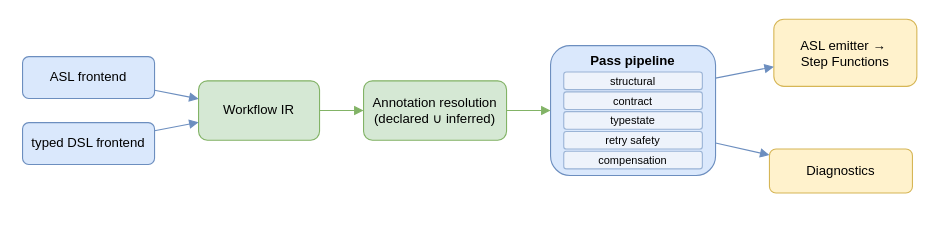
Earlier version of the draw.io diagram paper/figures/architecture.drawio (Nimrod-F/stepcheck). Source tidied: cells renumbered, new cells numbered last; positions are measured from the earlier drawing's top-left corner, leaving out a move shared by most shapes. Both pictures are drawn from the tidied source at 110%, with x=0, y=0 at pixel (22, 19).
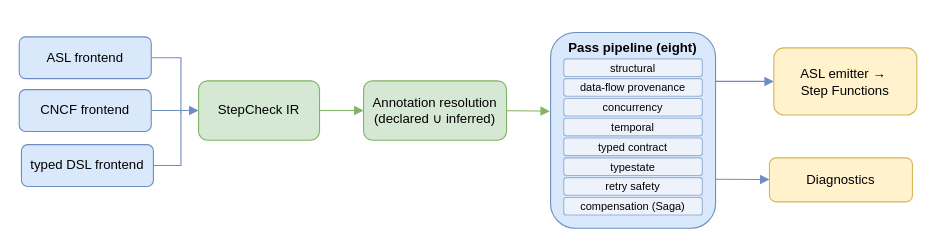
After the change.

The change refers to these unchanged cells:
```xml
<mxCell id="5" value="Annotation resolution&#10;(declared ∪ inferred)" style="rounded=1;whiteSpace=wrap;html=1;fillColor=#d5e8d4;strokeColor=#82b366;" parent="1" vertex="1">
  <mxGeometry x="310" y="56" width="130" height="54" as="geometry" />
</mxCell>
```

The edit, as a diff of the source:
```diff
@@
     <mxCell id="2" value="ASL frontend" style="rounded=1;whiteSpace=wrap;html=1;fillColor=#dae8fc;strokeColor=#6c8ebf;" parent="1" vertex="1">
-      <mxGeometry y="34" width="120" height="38" as="geometry" />
+      <mxGeometry x="-3" y="16" width="120" height="38" as="geometry" />
     </mxCell>
     <mxCell id="3" value="typed DSL frontend" style="rounded=1;whiteSpace=wrap;html=1;fillColor=#dae8fc;strokeColor=#6c8ebf;" parent="1" vertex="1">
-      <mxGeometry y="94" width="120" height="38" as="geometry" />
+      <mxGeometry x="-1" y="114" width="120" height="38" as="geometry" />
     </mxCell>
-    <mxCell id="4" value="Workflow IR" style="rounded=1;whiteSpace=wrap;html=1;fillColor=#d5e8d4;strokeColor=#82b366;" parent="1" vertex="1">
+    <mxCell id="4" value="StepCheck IR" style="rounded=1;whiteSpace=wrap;html=1;fillColor=#d5e8d4;strokeColor=#82b366;" parent="1" vertex="1">
       <mxGeometry x="160" y="56" width="110" height="54" as="geometry" />
     </mxCell>
@@
-    <mxCell id="6" value="Pass pipeline" style="rounded=1;whiteSpace=wrap;html=1;fillColor=#dae8fc;strokeColor=#6c8ebf;verticalAlign=top;fontStyle=1;" parent="1" vertex="1">
-      <mxGeometry x="480" y="24" width="150" height="118" as="geometry" />
+    <mxCell id="6" value="Pass pipeline (eight)" style="rounded=1;whiteSpace=wrap;html=1;fillColor=#dae8fc;strokeColor=#6c8ebf;verticalAlign=top;fontStyle=1;" parent="1" vertex="1">
+      <mxGeometry x="480" y="12" width="150" height="178" as="geometry" />
     </mxCell>
     <mxCell id="7" value="structural" style="rounded=1;whiteSpace=wrap;html=1;fillColor=#eef3fb;strokeColor=#9bb4d6;fontSize=10;" parent="1" vertex="1">
-      <mxGeometry x="492" y="48" width="126" height="16" as="geometry" />
+      <mxGeometry x="492" y="36" width="126" height="16" as="geometry" />
     </mxCell>
-    <mxCell id="8" value="contract" style="rounded=1;whiteSpace=wrap;html=1;fillColor=#eef3fb;strokeColor=#9bb4d6;fontSize=10;" parent="1" vertex="1">
-      <mxGeometry x="492" y="66" width="126" height="16" as="geometry" />
+    <mxCell id="8" value="data-flow provenance" style="rounded=1;whiteSpace=wrap;html=1;fillColor=#eef3fb;strokeColor=#9bb4d6;fontSize=10;" parent="1" vertex="1">
+      <mxGeometry x="492" y="54" width="126" height="16" as="geometry" />
     </mxCell>
-    <mxCell id="9" value="typestate" style="rounded=1;whiteSpace=wrap;html=1;fillColor=#eef3fb;strokeColor=#9bb4d6;fontSize=10;" parent="1" vertex="1">
-      <mxGeometry x="492" y="84" width="126" height="16" as="geometry" />
+    <mxCell id="9" value="concurrency" style="rounded=1;whiteSpace=wrap;html=1;fillColor=#eef3fb;strokeColor=#9bb4d6;fontSize=10;" parent="1" vertex="1">
+      <mxGeometry x="492" y="72" width="126" height="16" as="geometry" />
     </mxCell>
-    <mxCell id="10" value="retry safety" style="rounded=1;whiteSpace=wrap;html=1;fillColor=#eef3fb;strokeColor=#9bb4d6;fontSize=10;" parent="1" vertex="1">
-      <mxGeometry x="492" y="102" width="126" height="16" as="geometry" />
+    <mxCell id="10" value="temporal" style="rounded=1;whiteSpace=wrap;html=1;fillColor=#eef3fb;strokeColor=#9bb4d6;fontSize=10;" parent="1" vertex="1">
+      <mxGeometry x="492" y="90" width="126" height="16" as="geometry" />
     </mxCell>
-    <mxCell id="11" value="compensation" style="rounded=1;whiteSpace=wrap;html=1;fillColor=#eef3fb;strokeColor=#9bb4d6;fontSize=10;" parent="1" vertex="1">
-      <mxGeometry x="492" y="120" width="126" height="16" as="geometry" />
+    <mxCell id="11" value="typed contract" style="rounded=1;whiteSpace=wrap;html=1;fillColor=#eef3fb;strokeColor=#9bb4d6;fontSize=10;" parent="1" vertex="1">
+      <mxGeometry x="492" y="108" width="126" height="16" as="geometry" />
     </mxCell>
+    <mxCell id="20" value="typestate" style="rounded=1;whiteSpace=wrap;html=1;fillColor=#eef3fb;strokeColor=#9bb4d6;fontSize=10;" parent="1" vertex="1">
+      <mxGeometry x="492" y="126" width="126" height="16" as="geometry" />
+    </mxCell>
+    <mxCell id="21" value="retry safety" style="rounded=1;whiteSpace=wrap;html=1;fillColor=#eef3fb;strokeColor=#9bb4d6;fontSize=10;" parent="1" vertex="1">
+      <mxGeometry x="492" y="144" width="126" height="16" as="geometry" />
+    </mxCell>
+    <mxCell id="22" value="compensation (Saga)" style="rounded=1;whiteSpace=wrap;html=1;fillColor=#eef3fb;strokeColor=#9bb4d6;fontSize=10;" parent="1" vertex="1">
+      <mxGeometry x="492" y="162" width="126" height="16" as="geometry" />
+    </mxCell>
     <mxCell id="12" value="ASL emitter →&amp;nbsp;&lt;br&gt;Step Functions" style="rounded=1;whiteSpace=wrap;html=1;fillColor=#fff2cc;strokeColor=#d6b656;" parent="1" vertex="1">
-      <mxGeometry x="683" width="130" height="61" as="geometry" />
+      <mxGeometry x="683" y="26" width="130" height="61" as="geometry" />
     </mxCell>
     <mxCell id="13" value="Diagnostics" style="rounded=1;whiteSpace=wrap;html=1;fillColor=#fff2cc;strokeColor=#d6b656;" parent="1" vertex="1">
-      <mxGeometry x="679" y="118" width="130" height="40" as="geometry" />
+      <mxGeometry x="679" y="126" width="130" height="40" as="geometry" />
     </mxCell>
-    <mxCell id="14" style="endArrow=block;html=1;rounded=0;strokeColor=#6c8ebf;" parent="1" edge="1" source="2" target="4">
-      <mxGeometry relative="1" as="geometry" />
+    <mxCell id="14" style="endArrow=none;html=1;rounded=0;strokeColor=#6c8ebf;exitX=1;exitY=0.5;exitDx=0;exitDy=0;endFill=0;" parent="1" edge="1" source="2">
+      <mxGeometry relative="1" as="geometry">
+        <mxPoint x="144" y="85" as="targetPoint" />
+        <Array as="points">
+          <mxPoint x="144" y="35" />
+        </Array>
+      </mxGeometry>
     </mxCell>
-    <mxCell id="15" style="endArrow=block;html=1;rounded=0;strokeColor=#6c8ebf;" parent="1" edge="1" source="3" target="4">
-      <mxGeometry relative="1" as="geometry" />
+    <mxCell id="15" style="endArrow=none;html=1;rounded=0;strokeColor=#6c8ebf;exitX=1;exitY=0.5;exitDx=0;exitDy=0;endFill=0;" parent="1" edge="1" source="3">
+      <mxGeometry relative="1" as="geometry">
+        <mxPoint x="144" y="84" as="targetPoint" />
+        <Array as="points">
+          <mxPoint x="144" y="133" />
+        </Array>
+      </mxGeometry>
     </mxCell>
@@
-    <mxCell id="17" style="endArrow=block;html=1;rounded=0;strokeColor=#82b366;" parent="1" edge="1" source="5" target="6">
-      <mxGeometry relative="1" as="geometry" />
+    <mxCell id="17" style="endArrow=block;html=1;rounded=0;strokeColor=#82b366;entryX=-0.004;entryY=0.402;entryDx=0;entryDy=0;entryPerimeter=0;" parent="1" edge="1" target="6">
+      <mxGeometry relative="1" as="geometry">
+        <mxPoint x="440" y="83.1" as="sourcePoint" />
+      </mxGeometry>
     </mxCell>
@@
+    <mxCell id="23" value="CNCF frontend" style="rounded=1;whiteSpace=wrap;html=1;fillColor=#dae8fc;strokeColor=#6c8ebf;" parent="1" vertex="1">
+      <mxGeometry x="-3" y="64" width="120" height="38" as="geometry" />
+    </mxCell>
+    <mxCell id="24" style="endArrow=block;html=1;rounded=0;strokeColor=#6c8ebf;exitX=1;exitY=0.5;exitDx=0;exitDy=0;entryX=0;entryY=0.5;entryDx=0;entryDy=0;" parent="1" edge="1" source="23" target="4">
+      <mxGeometry relative="1" as="geometry" />
+    </mxCell>
```
